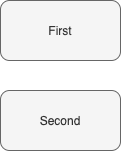
Above: sample.drawio.png in adithnaveen/sapient-apr-2021-xt (draw.io), before the change. Source tidied: cells renumbered, new cells last; positions are measured from the earlier drawing's top-left corner, leaving out a move shared by most shapes.
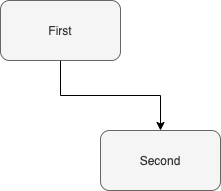
Later version of the same file.

Change to the diagram source:
```diff
@@ -2,11 +2,14 @@
   <root>
     <mxCell id="0" />
     <mxCell id="1" parent="0" />
+    <mxCell id="4" style="edgeStyle=orthogonalEdgeStyle;rounded=0;jettySize=auto;html=1;" parent="1" edge="1" source="2" target="3">
+      <mxGeometry relative="1" as="geometry" />
+    </mxCell>
     <mxCell id="2" value="First" style="rounded=1;whiteSpace=wrap;html=1;fillColor=#f5f5f5;strokeColor=#666666;fontColor=#333333;" parent="1" vertex="1">
       <mxGeometry width="120" height="60" as="geometry" />
     </mxCell>
     <mxCell id="3" value="Second" style="rounded=1;whiteSpace=wrap;html=1;fillColor=#f5f5f5;strokeColor=#666666;fontColor=#333333;" parent="1" vertex="1">
-      <mxGeometry y="90" width="120" height="60" as="geometry" />
+      <mxGeometry x="100" y="130" width="120" height="60" as="geometry" />
     </mxCell>
   </root>
 </mxGraphModel>
```
